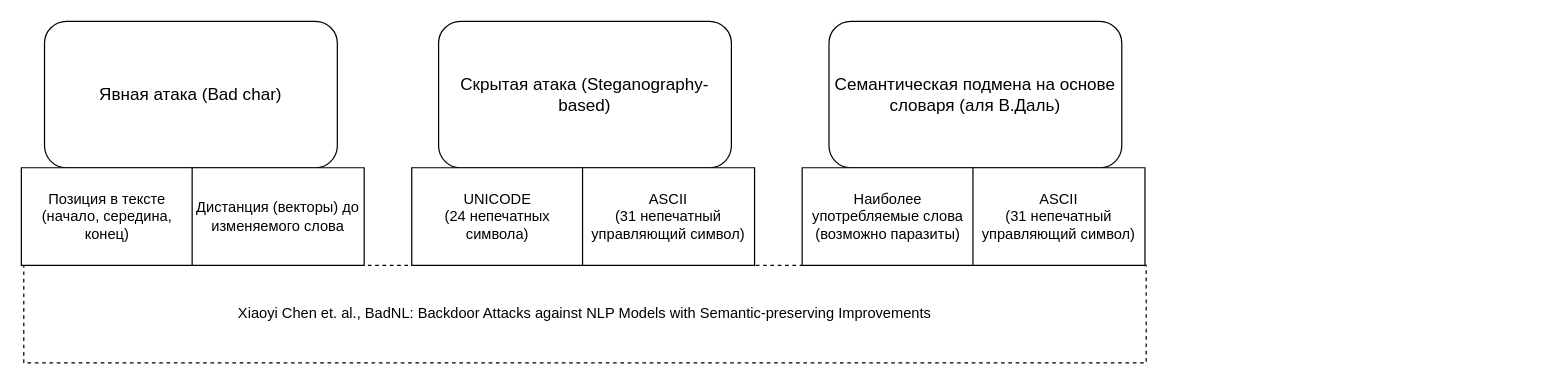
Earlier version of the draw.io diagram BDResearch.drawio (qTemiO/BDResearch). Source tidied: cells renumbered, new cells numbered last; positions are measured from the earlier drawing's top-left corner, leaving out a move shared by most shapes. Both pictures are drawn from the tidied source at 122%, with x=0, y=0 at pixel (21, 21).
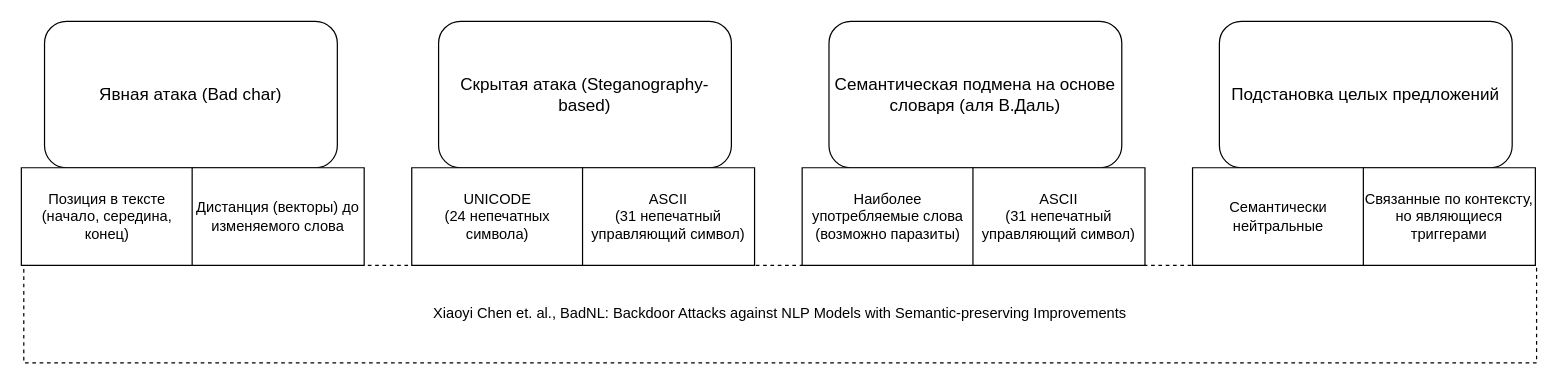
After the change.

What changed in the source:
```diff
@@
 <mxGraphModel>
   <root>
     <mxCell id="0" />
     <mxCell id="1" parent="0" />
     <mxCell id="2" value="Скрытая атака (Steganography-based)" style="rounded=1;whiteSpace=wrap;html=1;fontSize=14;" parent="1" vertex="1">
       <mxGeometry x="342" width="240" height="120" as="geometry" />
     </mxCell>
     <mxCell id="3" value="Xiaoyi Chen et. al.,&amp;nbsp;BadNL: Backdoor Attacks against NLP Models with Semantic-preserving Improvements" style="text;html=1;strokeColor=default;fillColor=none;align=center;verticalAlign=middle;whiteSpace=wrap;rounded=0;dashed=1;" parent="1" vertex="1">
-      <mxGeometry x="2" y="200" width="920" height="80" as="geometry" />
+      <mxGeometry x="2" y="200" width="1240" height="80" as="geometry" />
     </mxCell>
     <mxCell id="4" value="Явная атака (Bad char)" style="rounded=1;whiteSpace=wrap;html=1;fontSize=14;" parent="1" vertex="1">
       <mxGeometry x="19" width="240" height="120" as="geometry" />
     </mxCell>
     <mxCell id="5" value="Позиция в тексте&lt;br&gt;(начало, середина, конец)" style="shape=hexagon;perimeter=hexagonPerimeter2;whiteSpace=wrap;html=1;fixedSize=1;size=-40;" parent="1" vertex="1">
       <mxGeometry y="120" width="141" height="80" as="geometry" />
     </mxCell>
     <mxCell id="6" value="Дистанция (векторы) до изменяемого слова" style="shape=hexagon;perimeter=hexagonPerimeter2;whiteSpace=wrap;html=1;fixedSize=1;size=-30;" parent="1" vertex="1">
       <mxGeometry x="140" y="120" width="141" height="80" as="geometry" />
     </mxCell>
     <mxCell id="7" value="Семантическая подмена на основе словаря (аля В.Даль)" style="rounded=1;whiteSpace=wrap;html=1;fontSize=14;" parent="1" vertex="1">
       <mxGeometry x="662" width="240" height="120" as="geometry" />
     </mxCell>
     <mxCell id="8" value="UNICODE&lt;br&gt;(24 непечатных символа)" style="shape=hexagon;perimeter=hexagonPerimeter2;whiteSpace=wrap;html=1;fixedSize=1;size=-40;" parent="1" vertex="1">
       <mxGeometry x="320" y="120" width="141" height="80" as="geometry" />
     </mxCell>
     <mxCell id="9" value="ASCII&lt;br&gt;(31 непечатный управляющий символ)" style="shape=hexagon;perimeter=hexagonPerimeter2;whiteSpace=wrap;html=1;fixedSize=1;size=-30;" parent="1" vertex="1">
       <mxGeometry x="460" y="120" width="141" height="80" as="geometry" />
     </mxCell>
     <mxCell id="10" value="Наиболее употребляемые слова&lt;br&gt;(возможно паразиты)" style="shape=hexagon;perimeter=hexagonPerimeter2;whiteSpace=wrap;html=1;fixedSize=1;size=-40;" parent="1" vertex="1">
       <mxGeometry x="640" y="120" width="141" height="80" as="geometry" />
     </mxCell>
     <mxCell id="11" value="ASCII&lt;br&gt;(31 непечатный управляющий символ)" style="shape=hexagon;perimeter=hexagonPerimeter2;whiteSpace=wrap;html=1;fixedSize=1;size=-30;" parent="1" vertex="1">
       <mxGeometry x="780" y="120" width="141" height="80" as="geometry" />
     </mxCell>
+    <mxCell id="12" value="Подстановка целых предложений" style="rounded=1;whiteSpace=wrap;html=1;fontSize=14;" parent="1" vertex="1">
+      <mxGeometry x="982" width="240" height="120" as="geometry" />
+    </mxCell>
+    <mxCell id="13" value="Семантически нейтральные" style="shape=hexagon;perimeter=hexagonPerimeter2;whiteSpace=wrap;html=1;fixedSize=1;size=-40;" parent="1" vertex="1">
+      <mxGeometry x="960" y="120" width="141" height="80" as="geometry" />
+    </mxCell>
+    <mxCell id="14" value="Связанные по контексту, но являющиеся триггерами" style="shape=hexagon;perimeter=hexagonPerimeter2;whiteSpace=wrap;html=1;fixedSize=1;size=-30;" parent="1" vertex="1">
+      <mxGeometry x="1100" y="120" width="141" height="80" as="geometry" />
+    </mxCell>
   </root>
 </mxGraphModel>
```
